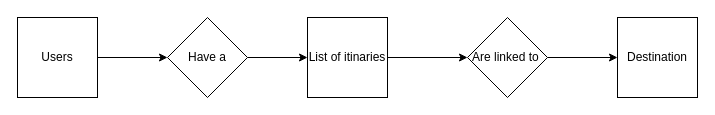
jmimassi/Carpooling keeps this draw.io diagram as EA.drawio. Above is the earlier version. Source tidied: cells renumbered, new cells numbered last; positions are measured from the earlier drawing's top-left corner, leaving out a move shared by most shapes. Both pictures are drawn from the tidied source at 100%, with x=0, y=0 at pixel (17, 17).
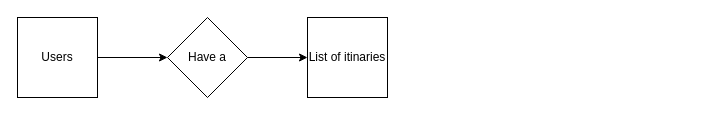
After the change.

Commit message (it also covers changes not shown here):
function's name updated + diagrams updated

Diff of the diagram source:
```diff
@@
 <mxGraphModel>
   <root>
     <mxCell id="0" />
     <mxCell id="1" parent="0" />
     <mxCell id="2" style="edgeStyle=orthogonalEdgeStyle;rounded=0;jettySize=auto;html=1;exitX=1;exitY=0.5;exitDx=0;exitDy=0;entryX=0;entryY=0.5;entryDx=0;entryDy=0;" parent="1" edge="1" source="3" target="7">
       <mxGeometry relative="1" as="geometry" />
     </mxCell>
     <mxCell id="3" value="Have a" style="rhombus;whiteSpace=wrap;html=1;" parent="1" vertex="1">
       <mxGeometry x="150" width="80" height="80" as="geometry" />
     </mxCell>
     <mxCell id="4" style="edgeStyle=orthogonalEdgeStyle;rounded=0;jettySize=auto;html=1;exitX=1;exitY=0.5;exitDx=0;exitDy=0;entryX=0;entryY=0.5;entryDx=0;entryDy=0;" parent="1" edge="1" source="5" target="3">
       <mxGeometry relative="1" as="geometry" />
     </mxCell>
     <mxCell id="5" value="Users" style="whiteSpace=wrap;html=1;" parent="1" vertex="1">
       <mxGeometry width="80" height="80" as="geometry" />
     </mxCell>
-    <mxCell id="6" style="edgeStyle=orthogonalEdgeStyle;rounded=0;jettySize=auto;html=1;exitX=1;exitY=0.5;exitDx=0;exitDy=0;" parent="1" edge="1" source="7" target="9">
-      <mxGeometry relative="1" as="geometry" />
-    </mxCell>
     <mxCell id="7" value="List of itinaries" style="whiteSpace=wrap;html=1;" parent="1" vertex="1">
       <mxGeometry x="290" width="80" height="80" as="geometry" />
     </mxCell>
-    <mxCell id="8" style="edgeStyle=orthogonalEdgeStyle;rounded=0;jettySize=auto;html=1;exitX=1;exitY=0.5;exitDx=0;exitDy=0;" parent="1" edge="1" source="9" target="10">
-      <mxGeometry relative="1" as="geometry" />
-    </mxCell>
-    <mxCell id="9" value="Are linked to&amp;nbsp;" style="rhombus;whiteSpace=wrap;html=1;" parent="1" vertex="1">
-      <mxGeometry x="450" width="80" height="80" as="geometry" />
-    </mxCell>
-    <mxCell id="10" value="Destination" style="whiteSpace=wrap;html=1;" parent="1" vertex="1">
-      <mxGeometry x="600" width="80" height="80" as="geometry" />
-    </mxCell>
   </root>
 </mxGraphModel>
```
